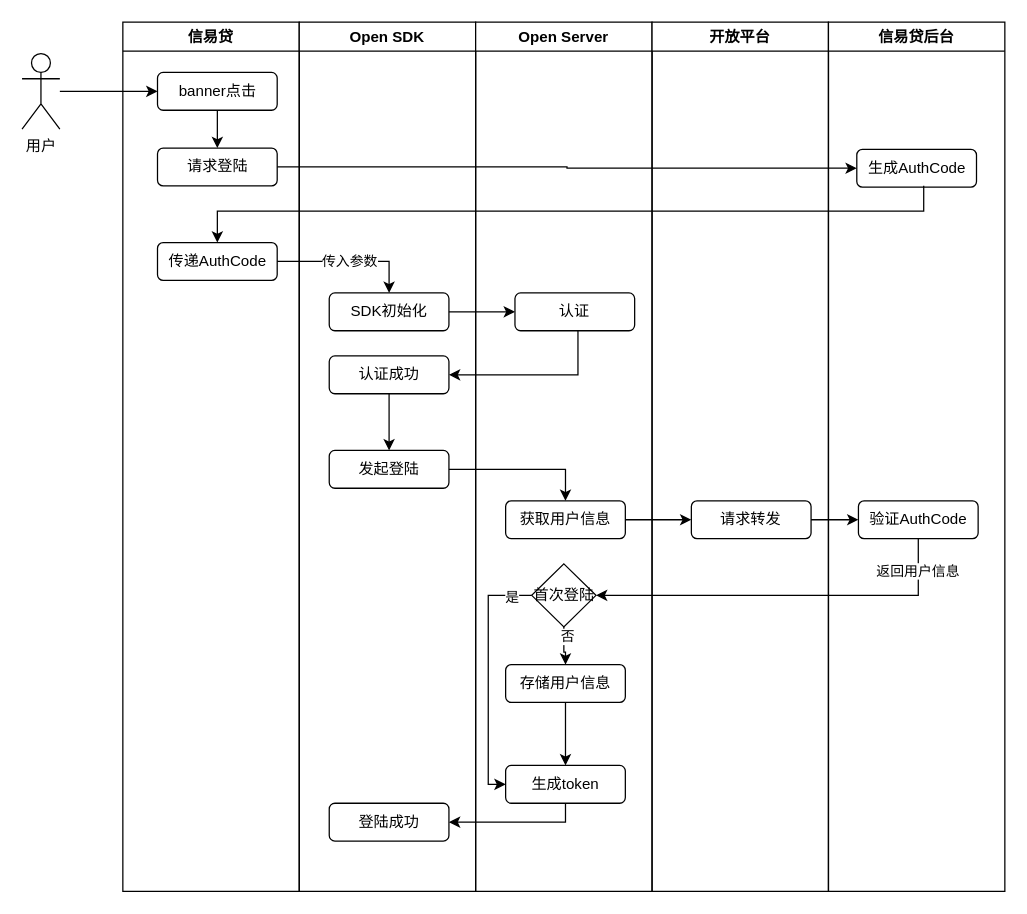
This is page "用户认证流程" (1 of 6) of doc/未命名绘图.drawio from shushanfx/nfile, a draw.io file, before an edit. Source tidied: cells renumbered, new cells numbered last; positions are measured from the earlier drawing's top-left corner, leaving out a move shared by most shapes. Both pictures are drawn from the tidied source at 126%, with x=0, y=0 at pixel (21, 21).
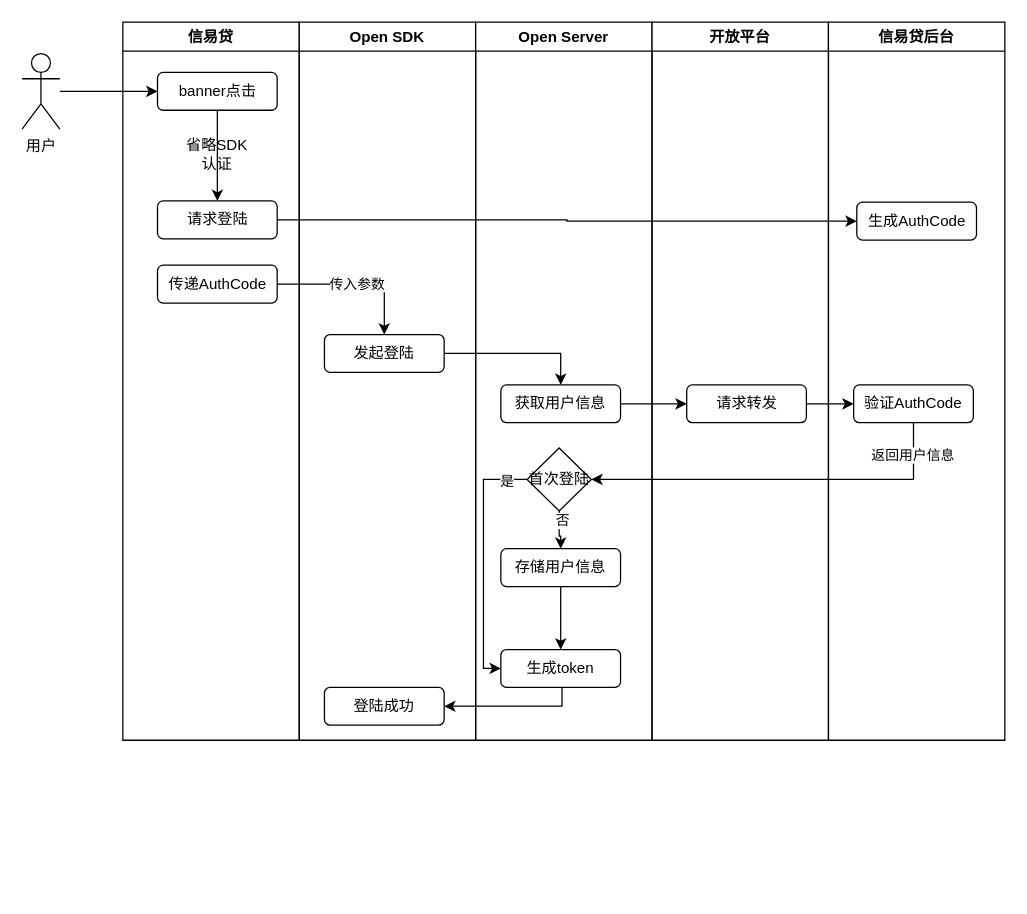
The same diagram, later.

Commit message:
更新未命名绘图.drawio

Change to the diagram source:
```diff
@@
     <mxCell id="2" value="信易贷" style="swimlane;whiteSpace=wrap;html=1;" parent="1" vertex="1">
-      <mxGeometry x="80" width="140" height="690" as="geometry" />
+      <mxGeometry x="80" width="140" height="570" as="geometry" />
     </mxCell>
@@
     <mxCell id="5" value="传递AuthCode" style="rounded=1;whiteSpace=wrap;html=1;" parent="2" vertex="1">
-      <mxGeometry x="27.5" y="175" width="95" height="30" as="geometry" />
+      <mxGeometry x="27.5" y="193" width="95" height="30" as="geometry" />
     </mxCell>
     <mxCell id="6" value="请求登陆" style="rounded=1;whiteSpace=wrap;html=1;" parent="2" vertex="1">
-      <mxGeometry x="27.5" y="100" width="95" height="30" as="geometry" />
+      <mxGeometry x="27.5" y="142" width="95" height="30" as="geometry" />
     </mxCell>
+    <mxCell id="42" value="省略SDK认证" style="text;html=1;strokeColor=none;fillColor=none;align=center;verticalAlign=middle;whiteSpace=wrap;rounded=0;" parent="2" vertex="1">
+      <mxGeometry x="45" y="90" width="60" height="30" as="geometry" />
+    </mxCell>
     <mxCell id="7" value="Open SDK" style="swimlane;whiteSpace=wrap;html=1;" parent="1" vertex="1">
-      <mxGeometry x="220" width="140" height="690" as="geometry" />
+      <mxGeometry x="220" width="140" height="570" as="geometry" />
     </mxCell>
     <mxCell id="8" value="发起登陆" style="rounded=1;whiteSpace=wrap;html=1;" parent="7" vertex="1">
-      <mxGeometry x="23.8" y="340" width="95" height="30" as="geometry" />
+      <mxGeometry x="20" y="248" width="95" height="30" as="geometry" />
     </mxCell>
-    <mxCell id="9" value="SDK初始化" style="rounded=1;whiteSpace=wrap;html=1;" parent="7" vertex="1">
-      <mxGeometry x="23.8" y="215" width="95" height="30" as="geometry" />
-    </mxCell>
-    <mxCell id="10" style="edgeStyle=orthogonalEdgeStyle;rounded=0;jettySize=auto;html=1;entryX=0.5;entryY=0;entryDx=0;entryDy=0;" parent="7" edge="1" source="11" target="8">
-      <mxGeometry relative="1" as="geometry" />
-    </mxCell>
-    <mxCell id="11" value="认证成功" style="rounded=1;whiteSpace=wrap;html=1;" parent="7" vertex="1">
-      <mxGeometry x="23.8" y="265" width="95" height="30" as="geometry" />
-    </mxCell>
     <mxCell id="12" value="登陆成功" style="rounded=1;whiteSpace=wrap;html=1;" parent="7" vertex="1">
-      <mxGeometry x="23.8" y="620" width="95" height="30" as="geometry" />
+      <mxGeometry x="20" y="528" width="95" height="30" as="geometry" />
     </mxCell>
     <mxCell id="13" value="Open Server" style="swimlane;whiteSpace=wrap;html=1;" parent="1" vertex="1">
-      <mxGeometry x="360" width="140" height="690" as="geometry" />
+      <mxGeometry x="360" width="140" height="570" as="geometry" />
     </mxCell>
     <mxCell id="14" value="获取用户信息" style="rounded=1;whiteSpace=wrap;html=1;" parent="13" vertex="1">
-      <mxGeometry x="23.8" y="380" width="95" height="30" as="geometry" />
+      <mxGeometry x="20" y="288" width="95" height="30" as="geometry" />
     </mxCell>
     <mxCell id="15" value="生成token" style="rounded=1;whiteSpace=wrap;html=1;" parent="13" vertex="1">
-      <mxGeometry x="23.8" y="590" width="95" height="30" as="geometry" />
+      <mxGeometry x="20" y="498" width="95" height="30" as="geometry" />
     </mxCell>
-    <mxCell id="16" value="认证" style="rounded=1;whiteSpace=wrap;html=1;" parent="13" vertex="1">
-      <mxGeometry x="31.2" y="215" width="95" height="30" as="geometry" />
-    </mxCell>
@@
     <mxCell id="19" style="edgeStyle=orthogonalEdgeStyle;rounded=0;jettySize=auto;html=1;entryX=0;entryY=0.5;entryDx=0;entryDy=0;" parent="13" edge="1" source="21" target="15">
       <mxGeometry relative="1" as="geometry">
         <Array as="points">
-          <mxPoint x="10" y="455" />
-          <mxPoint x="10" y="605" />
+          <mxPoint x="6.2" y="363" />
+          <mxPoint x="6.2" y="513" />
         </Array>
       </mxGeometry>
     </mxCell>
@@
     <mxCell id="21" value="首次登陆" style="rhombus;whiteSpace=wrap;html=1;" parent="13" vertex="1">
-      <mxGeometry x="44.5" y="430" width="51" height="50" as="geometry" />
+      <mxGeometry x="40.8" y="338" width="51" height="50" as="geometry" />
     </mxCell>
@@
     <mxCell id="23" value="存储用户信息" style="rounded=1;whiteSpace=wrap;html=1;" parent="13" vertex="1">
-      <mxGeometry x="23.8" y="510" width="95" height="30" as="geometry" />
+      <mxGeometry x="20" y="418" width="95" height="30" as="geometry" />
     </mxCell>
     <mxCell id="24" value="开放平台" style="swimlane;whiteSpace=wrap;html=1;" parent="1" vertex="1">
-      <mxGeometry x="500" width="140" height="690" as="geometry" />
+      <mxGeometry x="500" width="140" height="570" as="geometry" />
     </mxCell>
     <mxCell id="25" value="请求转发" style="rounded=1;whiteSpace=wrap;html=1;" parent="24" vertex="1">
-      <mxGeometry x="31.2" y="380" width="95" height="30" as="geometry" />
+      <mxGeometry x="27.5" y="288" width="95" height="30" as="geometry" />
     </mxCell>
     <mxCell id="26" value="信易贷后台" style="swimlane;whiteSpace=wrap;html=1;" parent="1" vertex="1">
-      <mxGeometry x="640" width="140" height="690" as="geometry" />
+      <mxGeometry x="640" width="140" height="570" as="geometry" />
     </mxCell>
     <mxCell id="27" value="生成AuthCode" style="rounded=1;whiteSpace=wrap;html=1;" parent="26" vertex="1">
-      <mxGeometry x="22.5" y="101" width="95" height="30" as="geometry" />
+      <mxGeometry x="22.5" y="143" width="95" height="30" as="geometry" />
     </mxCell>
     <mxCell id="28" value="验证AuthCode" style="rounded=1;whiteSpace=wrap;html=1;" parent="26" vertex="1">
-      <mxGeometry x="23.8" y="380" width="95" height="30" as="geometry" />
+      <mxGeometry x="20" y="288" width="95" height="30" as="geometry" />
     </mxCell>
@@
     <mxCell id="34" style="edgeStyle=orthogonalEdgeStyle;rounded=0;jettySize=auto;html=1;entryX=1;entryY=0.5;entryDx=0;entryDy=0;" parent="1" edge="1" source="28" target="21">
       <mxGeometry relative="1" as="geometry">
         <Array as="points">
-          <mxPoint x="711" y="455" />
+          <mxPoint x="707.2" y="363" />
         </Array>
       </mxGeometry>
     </mxCell>
@@
-    <mxCell id="36" style="edgeStyle=orthogonalEdgeStyle;rounded=0;jettySize=auto;html=1;entryX=0;entryY=0.5;entryDx=0;entryDy=0;" parent="1" edge="1" source="9" target="16">
-      <mxGeometry relative="1" as="geometry" />
-    </mxCell>
-    <mxCell id="37" style="edgeStyle=orthogonalEdgeStyle;rounded=0;jettySize=auto;html=1;entryX=1;entryY=0.5;entryDx=0;entryDy=0;" parent="1" edge="1" source="16" target="11">
-      <mxGeometry relative="1" as="geometry">
-        <Array as="points">
-          <mxPoint x="441.2" y="280" />
-        </Array>
-      </mxGeometry>
-    </mxCell>
     <mxCell id="38" style="edgeStyle=orthogonalEdgeStyle;rounded=0;jettySize=auto;html=1;entryX=1;entryY=0.5;entryDx=0;entryDy=0;" parent="1" edge="1" source="15" target="12">
       <mxGeometry relative="1" as="geometry">
         <Array as="points">
-          <mxPoint x="432.2" y="605" />
+          <mxPoint x="428.5" y="513" />
         </Array>
       </mxGeometry>
     </mxCell>
-    <mxCell id="39" style="edgeStyle=orthogonalEdgeStyle;rounded=0;jettySize=auto;html=1;entryX=0.5;entryY=0;entryDx=0;entryDy=0;exitX=0.559;exitY=0.961;exitDx=0;exitDy=0;exitPerimeter=0;" parent="1" edge="1" source="27" target="5">
-      <mxGeometry relative="1" as="geometry">
-        <Array as="points">
-          <mxPoint x="716" y="150" />
-          <mxPoint x="155" y="150" />
-        </Array>
-      </mxGeometry>
-    </mxCell>
-    <mxCell id="40" value="传入参数" style="edgeStyle=orthogonalEdgeStyle;rounded=0;jettySize=auto;html=1;entryX=0.5;entryY=0;entryDx=0;entryDy=0;" parent="1" edge="1" source="5" target="9">
+    <mxCell id="40" value="传入参数" style="edgeStyle=orthogonalEdgeStyle;rounded=0;jettySize=auto;html=1;entryX=0.5;entryY=0;entryDx=0;entryDy=0;" parent="1" edge="1" source="5" target="8">
       <mxGeometry x="0.01" relative="1" as="geometry" />
     </mxCell>
```
